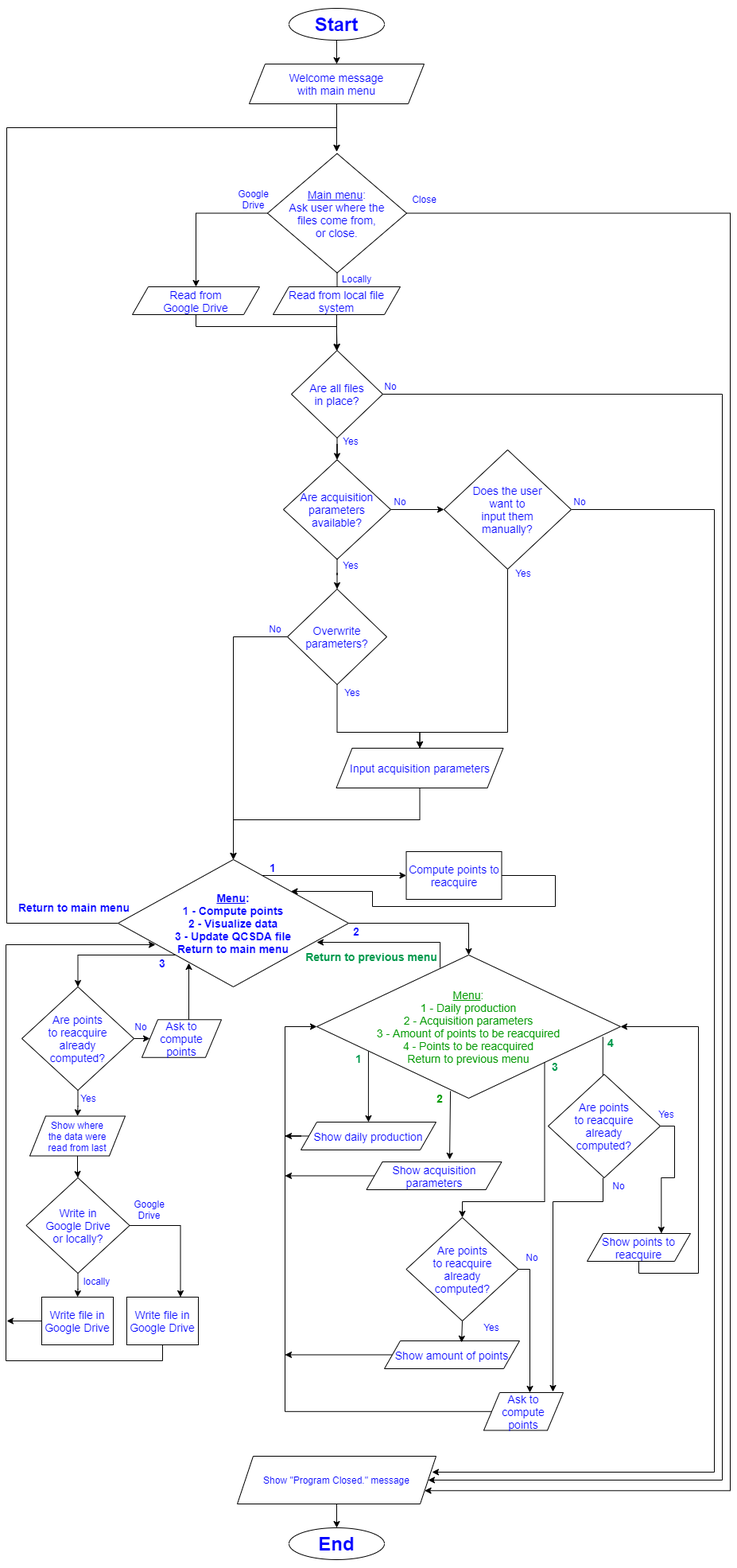
The draw.io diagram docs/flowchart/PP3-CI-QCSDA.png in csc7/PP3_CI_QCSDA, before a commit. Source tidied: cells renumbered, new cells last; positions are measured from the earlier drawing's top-left corner, leaving out a move shared by most shapes.
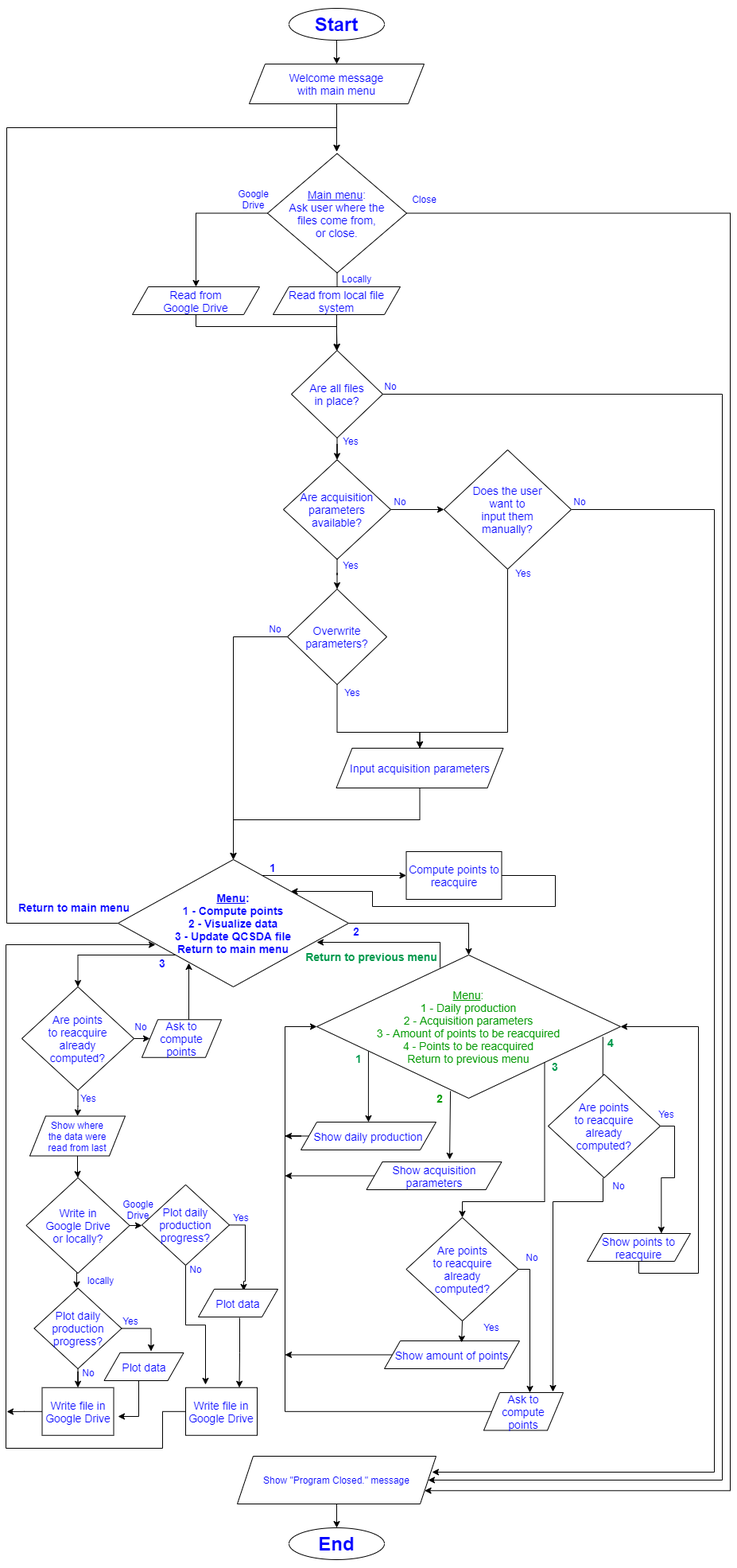
After the commit.

The edit, as a diff of the source:
```diff
@@ -271,34 +271,34 @@
     <mxCell id="62" value="2" style="text;html=1;strokeColor=none;fillColor=none;align=center;verticalAlign=middle;whiteSpace=wrap;rounded=0;labelBackgroundColor=none;fontColor=#0000FF;fontSize=14;fontStyle=1;" parent="1" vertex="1">
       <mxGeometry x="421" y="1150" width="40" height="20" as="geometry" />
     </mxCell>
-    <mxCell id="63" style="edgeStyle=orthogonalEdgeStyle;rounded=0;jettySize=auto;html=1;entryX=0.5;entryY=0;entryDx=0;entryDy=0;fontSize=14;fontColor=#0000FF;" parent="1" edge="1" source="65" target="67">
+    <mxCell id="63" style="edgeStyle=orthogonalEdgeStyle;rounded=0;jettySize=auto;html=1;entryX=0.5;entryY=0;entryDx=0;entryDy=0;fontSize=14;fontColor=#0000FF;startArrow=none;" parent="1" edge="1" source="105" target="67">
       <mxGeometry relative="1" as="geometry" />
     </mxCell>
-    <mxCell id="64" style="edgeStyle=orthogonalEdgeStyle;rounded=0;jettySize=auto;html=1;entryX=0.75;entryY=0;entryDx=0;entryDy=0;fontSize=14;fontColor=#0000FF;exitX=1;exitY=0.5;exitDx=0;exitDy=0;" parent="1" edge="1" source="65" target="69">
-      <mxGeometry relative="1" as="geometry" />
-    </mxCell>
+    <mxCell id="103" style="edgeStyle=orthogonalEdgeStyle;rounded=0;jettySize=auto;html=1;exitX=1;exitY=0.5;exitDx=0;exitDy=0;entryX=0;entryY=0.5;entryDx=0;entryDy=0;fontSize=14;fontColor=#009900;" parent="1" edge="1" source="65" target="108">
+      <mxGeometry relative="1" as="geometry" />
+    </mxCell>
     <mxCell id="65" value="Write in&lt;br&gt;Google Drive&lt;br&gt;or locally?" style="rhombus;whiteSpace=wrap;html=1;labelBackgroundColor=none;fontColor=#0000FF;fontSize=14;" parent="1" vertex="1">
       <mxGeometry x="25.5" y="1470" width="130" height="120" as="geometry" />
     </mxCell>
     <mxCell id="66" style="edgeStyle=orthogonalEdgeStyle;rounded=0;jettySize=auto;html=1;fontSize=14;fontColor=#0000FF;" parent="1" edge="1" source="67">
       <mxGeometry relative="1" as="geometry">
-        <mxPoint x="1" y="1650" as="targetPoint" />
+        <mxPoint x="1" y="1764" as="targetPoint" />
       </mxGeometry>
     </mxCell>
     <mxCell id="67" value="Write file in&lt;br&gt;Google Drive" style="rounded=0;whiteSpace=wrap;html=1;labelBackgroundColor=none;fontSize=14;fontColor=#0000FF;" parent="1" vertex="1">
-      <mxGeometry x="45" y="1620" width="90" height="60" as="geometry" />
+      <mxGeometry x="45.5" y="1733.8" width="90" height="60" as="geometry" />
     </mxCell>
     <mxCell id="68" style="edgeStyle=orthogonalEdgeStyle;rounded=0;jettySize=auto;html=1;entryX=0.162;entryY=0.669;entryDx=0;entryDy=0;fontSize=14;fontColor=#009900;entryPerimeter=0;" parent="1" edge="1" source="69" target="39">
       <mxGeometry relative="1" as="geometry">
         <Array as="points">
-          <mxPoint x="197" y="1700" />
-          <mxPoint y="1700" />
+          <mxPoint x="197" y="1810" />
+          <mxPoint y="1810" />
           <mxPoint y="1177" />
         </Array>
       </mxGeometry>
     </mxCell>
     <mxCell id="69" value="Write file in&lt;br&gt;Google Drive" style="rounded=0;whiteSpace=wrap;html=1;labelBackgroundColor=none;fontSize=14;fontColor=#0000FF;" parent="1" vertex="1">
-      <mxGeometry x="152" y="1620" width="90" height="60" as="geometry" />
+      <mxGeometry x="226" y="1733.8" width="90" height="60" as="geometry" />
     </mxCell>
     <mxCell id="70" style="edgeStyle=orthogonalEdgeStyle;rounded=0;jettySize=auto;html=1;fontSize=14;fontColor=#0000FF;" parent="1" edge="1" source="71" target="65">
       <mxGeometry relative="1" as="geometry" />
@@ -307,10 +307,10 @@
       <mxGeometry x="30" y="1392.5" width="120" height="50" as="geometry" />
     </mxCell>
     <mxCell id="72" value="Google&lt;br&gt;Drive" style="text;html=1;strokeColor=none;fillColor=none;align=center;verticalAlign=middle;whiteSpace=wrap;rounded=0;labelBackgroundColor=none;fontColor=#0000FF;" parent="1" vertex="1">
-      <mxGeometry x="150" y="1500" width="61" height="20" as="geometry" />
+      <mxGeometry x="135.5" y="1500" width="61" height="20" as="geometry" />
     </mxCell>
     <mxCell id="73" value="locally" style="text;html=1;strokeColor=none;fillColor=none;align=center;verticalAlign=middle;whiteSpace=wrap;rounded=0;labelBackgroundColor=none;fontColor=#0000FF;" parent="1" vertex="1">
-      <mxGeometry x="83.5" y="1590" width="61" height="20" as="geometry" />
+      <mxGeometry x="89" y="1588.8" width="61" height="20" as="geometry" />
     </mxCell>
     <mxCell id="74" value="Yes" style="text;html=1;strokeColor=none;fillColor=none;align=center;verticalAlign=middle;whiteSpace=wrap;rounded=0;labelBackgroundColor=none;fontColor=#0000FF;" parent="1" vertex="1">
       <mxGeometry x="631" y="700" width="40" height="20" as="geometry" />
@@ -424,5 +424,56 @@
     <mxCell id="102" value="Close" style="text;html=1;strokeColor=none;fillColor=none;align=center;verticalAlign=middle;whiteSpace=wrap;rounded=0;labelBackgroundColor=none;fontColor=#0000FF;" parent="1" vertex="1">
       <mxGeometry x="496" y="230" width="61" height="20" as="geometry" />
     </mxCell>
+    <mxCell id="104" style="edgeStyle=orthogonalEdgeStyle;rounded=0;jettySize=auto;html=1;entryX=0.59;entryY=-0.057;entryDx=0;entryDy=0;entryPerimeter=0;fontSize=14;fontColor=#009900;exitX=1;exitY=0.5;exitDx=0;exitDy=0;" parent="1" edge="1" source="105" target="112">
+      <mxGeometry relative="1" as="geometry" />
+    </mxCell>
+    <mxCell id="105" value="Plot daily&lt;br&gt;production&lt;br&gt;progress?" style="rhombus;whiteSpace=wrap;html=1;labelBackgroundColor=none;fontColor=#0000FF;fontSize=14;" parent="1" vertex="1">
+      <mxGeometry x="35.5" y="1608.8" width="110" height="101.2" as="geometry" />
+    </mxCell>
+    <mxCell id="106" style="edgeStyle=orthogonalEdgeStyle;rounded=0;jettySize=auto;html=1;entryX=0.57;entryY=0.057;entryDx=0;entryDy=0;entryPerimeter=0;fontSize=14;fontColor=#009900;exitX=1;exitY=0.5;exitDx=0;exitDy=0;" parent="1" edge="1" source="108" target="110">
+      <mxGeometry relative="1" as="geometry" />
+    </mxCell>
+    <mxCell id="107" style="edgeStyle=orthogonalEdgeStyle;rounded=0;jettySize=auto;html=1;fontSize=14;fontColor=#009900;" parent="1" edge="1" source="108">
+      <mxGeometry relative="1" as="geometry">
+        <mxPoint x="251" y="1730" as="targetPoint" />
+      </mxGeometry>
+    </mxCell>
+    <mxCell id="108" value="Plot daily&lt;br&gt;production&lt;br&gt;progress?" style="rhombus;whiteSpace=wrap;html=1;labelBackgroundColor=none;fontColor=#0000FF;fontSize=14;" parent="1" vertex="1">
+      <mxGeometry x="171" y="1478.8" width="110" height="101.2" as="geometry" />
+    </mxCell>
+    <mxCell id="109" style="edgeStyle=orthogonalEdgeStyle;rounded=0;jettySize=auto;html=1;entryX=0.75;entryY=0;entryDx=0;entryDy=0;fontSize=14;fontColor=#009900;" parent="1" edge="1" target="69">
+      <mxGeometry relative="1" as="geometry">
+        <mxPoint x="294" y="1646" as="sourcePoint" />
+      </mxGeometry>
+    </mxCell>
+    <mxCell id="110" value="Plot data" style="shape=parallelogram;perimeter=parallelogramPerimeter;whiteSpace=wrap;html=1;fixedSize=1;labelBackgroundColor=none;fontColor=#0000FF;fontSize=14;" parent="1" vertex="1">
+      <mxGeometry x="242" y="1610" width="100" height="35" as="geometry" />
+    </mxCell>
+    <mxCell id="111" style="edgeStyle=orthogonalEdgeStyle;rounded=0;jettySize=auto;html=1;fontSize=14;fontColor=#009900;" parent="1" edge="1" source="112">
+      <mxGeometry relative="1" as="geometry">
+        <mxPoint x="141" y="1770" as="targetPoint" />
+        <Array as="points">
+          <mxPoint x="167" y="1770" />
+        </Array>
+      </mxGeometry>
+    </mxCell>
+    <mxCell id="112" value="Plot data" style="shape=parallelogram;perimeter=parallelogramPerimeter;whiteSpace=wrap;html=1;fixedSize=1;labelBackgroundColor=none;fontColor=#0000FF;fontSize=14;" parent="1" vertex="1">
+      <mxGeometry x="123.5" y="1690" width="100" height="35" as="geometry" />
+    </mxCell>
+    <mxCell id="113" style="edgeStyle=orthogonalEdgeStyle;rounded=0;orthogonalLoop=1;jettySize=auto;html=1;exitX=0;exitY=0;exitDx=0;exitDy=0;entryX=0;entryY=1;entryDx=0;entryDy=0;fontSize=14;fontColor=#009900;" parent="1" edge="1" source="73" target="73">
+      <mxGeometry relative="1" as="geometry" />
+    </mxCell>
+    <mxCell id="114" value="No" style="text;html=1;strokeColor=none;fillColor=none;align=center;verticalAlign=middle;whiteSpace=wrap;rounded=0;labelBackgroundColor=none;fontColor=#0000FF;" parent="1" vertex="1">
+      <mxGeometry x="219" y="1575" width="40" height="20" as="geometry" />
+    </mxCell>
+    <mxCell id="115" value="Yes" style="text;html=1;strokeColor=none;fillColor=none;align=center;verticalAlign=middle;whiteSpace=wrap;rounded=0;labelBackgroundColor=none;fontColor=#0000FF;" parent="1" vertex="1">
+      <mxGeometry x="276" y="1510" width="40" height="20" as="geometry" />
+    </mxCell>
+    <mxCell id="116" value="Yes" style="text;html=1;strokeColor=none;fillColor=none;align=center;verticalAlign=middle;whiteSpace=wrap;rounded=0;labelBackgroundColor=none;fontColor=#0000FF;" parent="1" vertex="1">
+      <mxGeometry x="137" y="1640" width="40" height="20" as="geometry" />
+    </mxCell>
+    <mxCell id="117" value="No" style="text;html=1;strokeColor=none;fillColor=none;align=center;verticalAlign=middle;whiteSpace=wrap;rounded=0;labelBackgroundColor=none;fontColor=#0000FF;" parent="1" vertex="1">
+      <mxGeometry x="83.5" y="1705" width="40" height="20" as="geometry" />
+    </mxCell>
   </root>
 </mxGraphModel>
```
